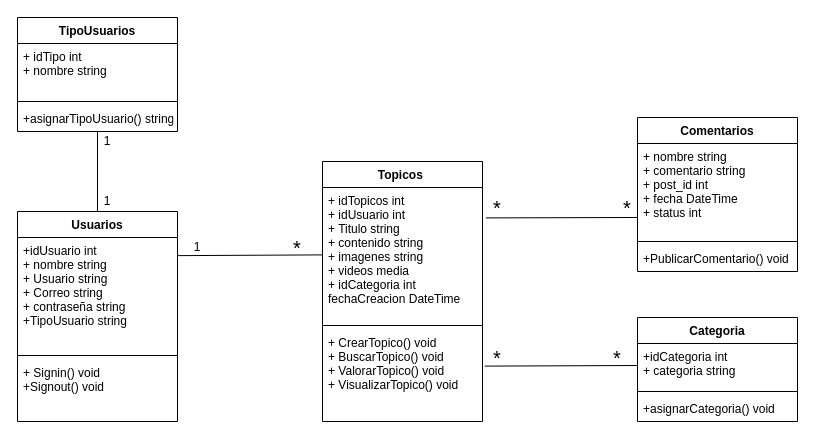
Above: diagrams/Ingles UML Diagrama de clases.drawio in Carlos-Gallardoo/AnalisisAvanzadoDeSoftware (draw.io), before the change. Source tidied: cells renumbered, new cells numbered last; positions are measured from the earlier drawing's top-left corner, leaving out a move shared by most shapes. Both pictures are drawn from the tidied source at 100%, with x=0, y=0 at pixel (17, 17).
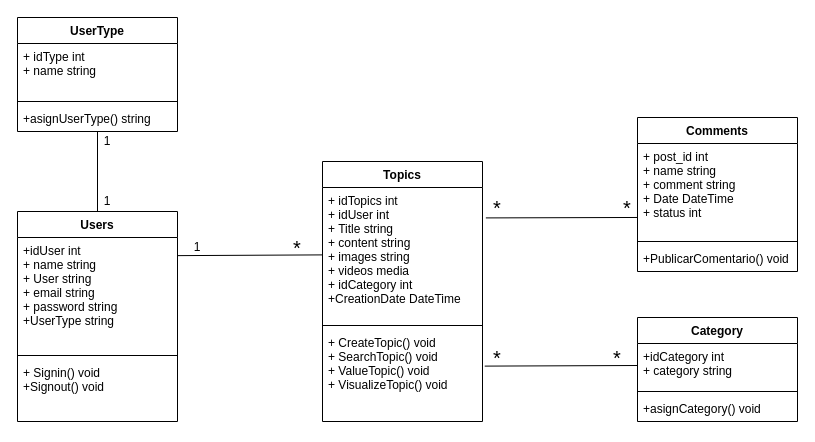
The same diagram, later.

What changed in the source:
```diff
@@
-    <mxCell id="2" value="Usuarios" style="swimlane;fontStyle=1;align=center;verticalAlign=top;horizontal=1;startSize=26;" parent="1" vertex="1">
+    <mxCell id="2" value="Users" style="swimlane;fontStyle=1;align=center;verticalAlign=top;horizontal=1;startSize=26;" parent="1" vertex="1">
       <mxGeometry y="194" width="160" height="210" as="geometry" />
     </mxCell>
-    <mxCell id="3" value="+idUsuario int&#10;+ nombre string&#10;+ Usuario string&#10;+ Correo string&#10;+ contraseña string&#10;+TipoUsuario string" style="text;strokeColor=none;fillColor=none;align=left;verticalAlign=top;spacingLeft=4;spacingRight=4;overflow=hidden;points=[[0,0.5],[1,0.5]];portConstraint=eastwest;" parent="2" vertex="1">
+    <mxCell id="3" value="+idUser int&#10;+ name string&#10;+ User string&#10;+ email string&#10;+ password string&#10;+UserType string" style="text;strokeColor=none;fillColor=none;align=left;verticalAlign=top;spacingLeft=4;spacingRight=4;overflow=hidden;points=[[0,0.5],[1,0.5]];portConstraint=eastwest;" parent="2" vertex="1">
       <mxGeometry y="26" width="160" height="114" as="geometry" />
     </mxCell>
@@
-    <mxCell id="6" value="TipoUsuarios" style="swimlane;fontStyle=1;align=center;verticalAlign=top;horizontal=1;startSize=26;" parent="1" vertex="1">
+    <mxCell id="6" value="UserType" style="swimlane;fontStyle=1;align=center;verticalAlign=top;horizontal=1;startSize=26;" parent="1" vertex="1">
       <mxGeometry width="160" height="114" as="geometry" />
     </mxCell>
-    <mxCell id="7" value="+ idTipo int &#10;+ nombre string" style="text;strokeColor=none;fillColor=none;align=left;verticalAlign=top;spacingLeft=4;spacingRight=4;overflow=hidden;" parent="6" vertex="1">
+    <mxCell id="7" value="+ idType int &#10;+ name string" style="text;strokeColor=none;fillColor=none;align=left;verticalAlign=top;spacingLeft=4;spacingRight=4;overflow=hidden;" parent="6" vertex="1">
       <mxGeometry y="26" width="160" height="54" as="geometry" />
     </mxCell>
@@
-    <mxCell id="9" value="+asignarTipoUsuario() string" style="text;strokeColor=none;fillColor=none;align=left;verticalAlign=top;spacingLeft=4;spacingRight=4;overflow=hidden;points=[[0,0.5],[1,0.5]];portConstraint=eastwest;" parent="6" vertex="1">
+    <mxCell id="9" value="+asignUserType() string" style="text;strokeColor=none;fillColor=none;align=left;verticalAlign=top;spacingLeft=4;spacingRight=4;overflow=hidden;points=[[0,0.5],[1,0.5]];portConstraint=eastwest;" parent="6" vertex="1">
       <mxGeometry y="88" width="160" height="26" as="geometry" />
     </mxCell>
-    <mxCell id="10" value="Topicos " style="swimlane;fontStyle=1;align=center;verticalAlign=top;horizontal=1;startSize=26;" parent="1" vertex="1">
+    <mxCell id="10" value="Topics" style="swimlane;fontStyle=1;align=center;verticalAlign=top;horizontal=1;startSize=26;" parent="1" vertex="1">
       <mxGeometry x="305" y="144" width="160" height="260" as="geometry" />
     </mxCell>
-    <mxCell id="11" value="+ idTopicos int&#10;+ idUsuario int&#10;+ Titulo string&#10;+ contenido string&#10;+ imagenes string&#10;+ videos media&#10;+ idCategoria int&#10;fechaCreacion DateTime" style="text;strokeColor=none;fillColor=none;align=left;verticalAlign=top;spacingLeft=4;spacingRight=4;overflow=hidden;points=[[0,0.5],[1,0.5]];portConstraint=eastwest;" parent="10" vertex="1">
+    <mxCell id="11" value="+ idTopics int&#10;+ idUser int&#10;+ Title string&#10;+ content string&#10;+ images string&#10;+ videos media&#10;+ idCategory int&#10;+CreationDate DateTime" style="text;strokeColor=none;fillColor=none;align=left;verticalAlign=top;spacingLeft=4;spacingRight=4;overflow=hidden;points=[[0,0.5],[1,0.5]];portConstraint=eastwest;" parent="10" vertex="1">
       <mxGeometry y="26" width="160" height="134" as="geometry" />
     </mxCell>
@@
-    <mxCell id="13" value="+ CrearTopico() void&#10;+ BuscarTopico() void&#10;+ ValorarTopico() void&#10;+ VisualizarTopico() void" style="text;strokeColor=none;fillColor=none;align=left;verticalAlign=top;spacingLeft=4;spacingRight=4;overflow=hidden;points=[[0,0.5],[1,0.5]];portConstraint=eastwest;" parent="10" vertex="1">
+    <mxCell id="13" value="+ CreateTopic() void&#10;+ SearchTopic() void&#10;+ ValueTopic() void&#10;+ VisualizeTopic() void" style="text;strokeColor=none;fillColor=none;align=left;verticalAlign=top;spacingLeft=4;spacingRight=4;overflow=hidden;points=[[0,0.5],[1,0.5]];portConstraint=eastwest;" parent="10" vertex="1">
       <mxGeometry y="168" width="160" height="92" as="geometry" />
     </mxCell>
-    <mxCell id="14" value="Comentarios" style="swimlane;fontStyle=1;align=center;verticalAlign=top;horizontal=1;startSize=26;" parent="1" vertex="1">
+    <mxCell id="14" value="Comments" style="swimlane;fontStyle=1;align=center;verticalAlign=top;horizontal=1;startSize=26;" parent="1" vertex="1">
       <mxGeometry x="620" y="100" width="160" height="154" as="geometry" />
     </mxCell>
-    <mxCell id="15" value="+ nombre string&#10;+ comentario string&#10;+ post_id int &#10;+ fecha DateTime&#10;+ status int" style="text;strokeColor=none;fillColor=none;align=left;verticalAlign=top;spacingLeft=4;spacingRight=4;overflow=hidden;points=[[0,0.5],[1,0.5]];portConstraint=eastwest;" parent="14" vertex="1">
+    <mxCell id="15" value="+ post_id int &#10;+ name string&#10;+ comment string&#10;+ Date DateTime&#10;+ status int" style="text;strokeColor=none;fillColor=none;align=left;verticalAlign=top;spacingLeft=4;spacingRight=4;overflow=hidden;points=[[0,0.5],[1,0.5]];portConstraint=eastwest;" parent="14" vertex="1">
       <mxGeometry y="26" width="160" height="94" as="geometry" />
     </mxCell>
@@
-    <mxCell id="18" value="Categoria" style="swimlane;fontStyle=1;align=center;verticalAlign=top;horizontal=1;startSize=26;" parent="1" vertex="1">
+    <mxCell id="18" value="Category" style="swimlane;fontStyle=1;align=center;verticalAlign=top;horizontal=1;startSize=26;" parent="1" vertex="1">
       <mxGeometry x="620" y="300" width="160" height="104" as="geometry" />
     </mxCell>
-    <mxCell id="19" value="+idCategoria int&#10;+ categoria string" style="text;strokeColor=none;fillColor=none;align=left;verticalAlign=top;spacingLeft=4;spacingRight=4;overflow=hidden;points=[[0,0.5],[1,0.5]];portConstraint=eastwest;" parent="18" vertex="1">
+    <mxCell id="19" value="+idCategory int&#10;+ category string" style="text;strokeColor=none;fillColor=none;align=left;verticalAlign=top;spacingLeft=4;spacingRight=4;overflow=hidden;points=[[0,0.5],[1,0.5]];portConstraint=eastwest;" parent="18" vertex="1">
       <mxGeometry y="26" width="160" height="44" as="geometry" />
     </mxCell>
@@
-    <mxCell id="21" value="+asignarCategoria() void" style="text;strokeColor=none;fillColor=none;align=left;verticalAlign=top;spacingLeft=4;spacingRight=4;overflow=hidden;" parent="18" vertex="1">
+    <mxCell id="21" value="+asignCategory() void" style="text;strokeColor=none;fillColor=none;align=left;verticalAlign=top;spacingLeft=4;spacingRight=4;overflow=hidden;" parent="18" vertex="1">
       <mxGeometry y="78" width="160" height="26" as="geometry" />
     </mxCell>
```
